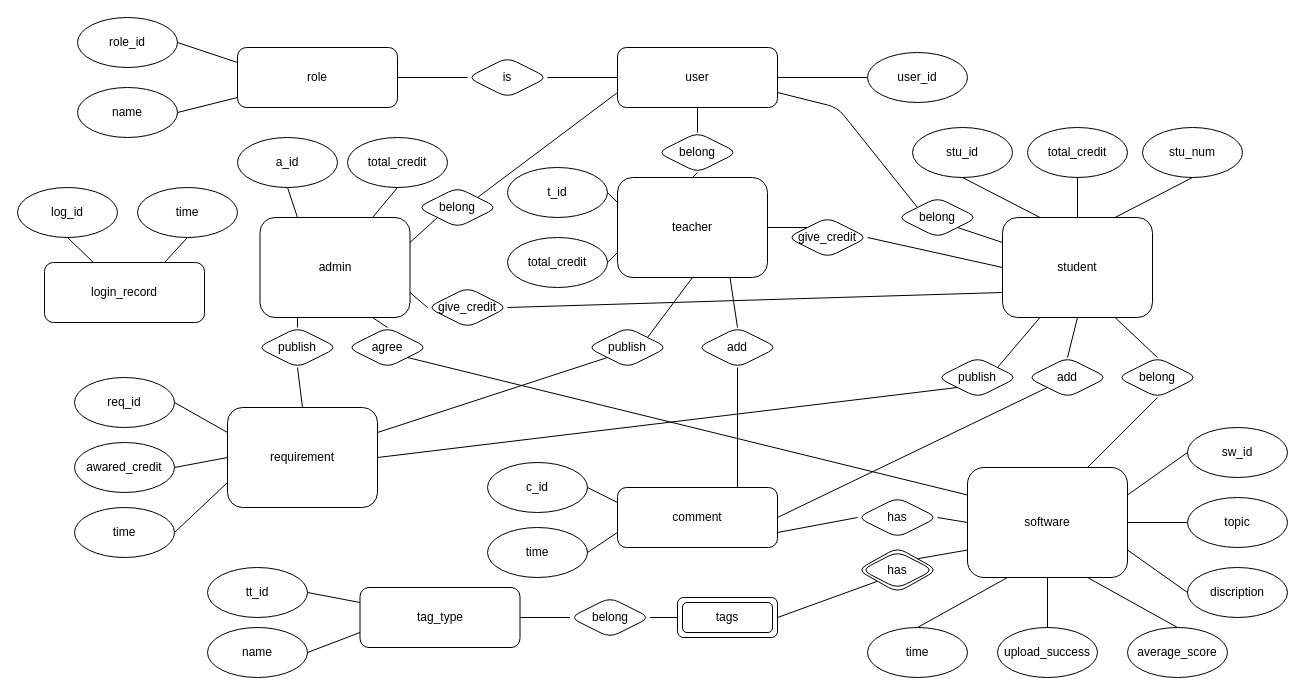
Before: ER_Model.drawio in Anna0131/Software-Collections, a draw.io diagram. Source tidied: cells renumbered, new cells numbered last; positions are measured from the earlier drawing's top-left corner, leaving out a move shared by most shapes. Both pictures are drawn from the tidied source at 100%, with x=0, y=0 at pixel (17, 17).
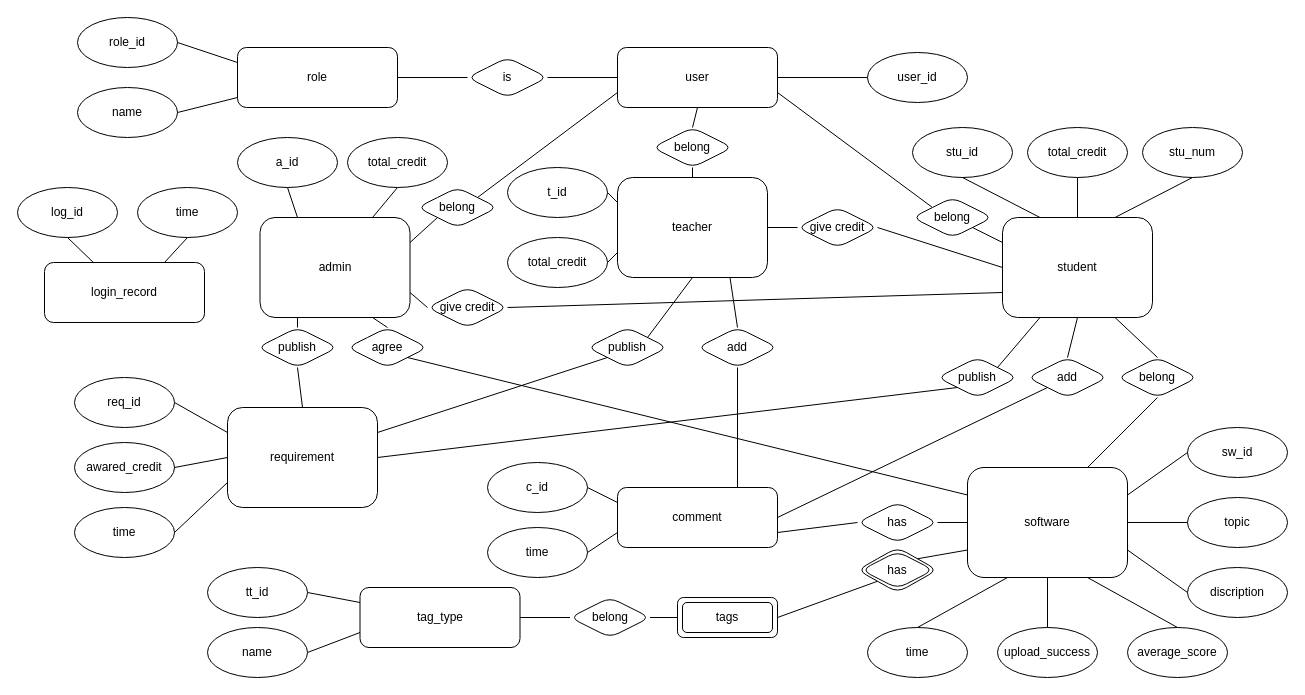
The same page after the edit.

The change refers to these unchanged cells:
```xml
<mxCell id="7" value="user" style="rounded=1;whiteSpace=wrap;html=1;" parent="1" vertex="1">
  <mxGeometry x="600" y="30" width="160" height="60" as="geometry" />
</mxCell>
<mxCell id="12" value="teacher" style="rounded=1;whiteSpace=wrap;html=1;" parent="1" vertex="1">
  <mxGeometry x="600" y="160" width="150" height="100" as="geometry" />
</mxCell>
```

The edit, as a diff of the source:
```diff
@@
     <mxCell id="55" style="endArrow=none;html=1;rounded=1;entryX=1;entryY=0.75;entryDx=0;entryDy=0;exitX=0;exitY=0;exitDx=0;exitDy=0;" parent="1" edge="1" source="56" target="7">
-      <mxGeometry relative="1" as="geometry">
-        <Array as="points">
-          <mxPoint x="820" y="90" />
-        </Array>
-      </mxGeometry>
+      <mxGeometry relative="1" as="geometry" />
     </mxCell>
     <mxCell id="56" value="belong" style="shape=rhombus;perimeter=rhombusPerimeter;whiteSpace=wrap;html=1;align=center;rounded=1;" parent="1" vertex="1">
-      <mxGeometry x="880" y="180" width="80" height="40" as="geometry" />
+      <mxGeometry x="895" y="180" width="80" height="40" as="geometry" />
     </mxCell>
@@
     <mxCell id="66" value="has" style="shape=rhombus;perimeter=rhombusPerimeter;whiteSpace=wrap;html=1;align=center;rounded=1;" parent="1" vertex="1">
-      <mxGeometry x="840" y="480" width="80" height="40" as="geometry" />
+      <mxGeometry x="840" y="485" width="80" height="40" as="geometry" />
     </mxCell>
@@
     <mxCell id="92" value="belong" style="shape=rhombus;perimeter=rhombusPerimeter;whiteSpace=wrap;html=1;align=center;rounded=1;" parent="1" vertex="1">
-      <mxGeometry x="640" y="115" width="80" height="40" as="geometry" />
+      <mxGeometry x="635" y="110" width="80" height="40" as="geometry" />
     </mxCell>
@@
-    <mxCell id="99" style="endArrow=none;html=1;rounded=1;exitX=0;exitY=0;exitDx=0;exitDy=0;entryX=1;entryY=0.5;entryDx=0;entryDy=0;" parent="1" edge="1" source="105" target="12">
+    <mxCell id="99" style="endArrow=none;html=1;rounded=1;exitX=0;exitY=0.5;exitDx=0;exitDy=0;entryX=1;entryY=0.5;entryDx=0;entryDy=0;" parent="1" edge="1" source="105" target="12">
       <mxGeometry relative="1" as="geometry" />
     </mxCell>
@@
-    <mxCell id="105" value="give_credit" style="shape=rhombus;perimeter=rhombusPerimeter;whiteSpace=wrap;html=1;align=center;rounded=1;" parent="1" vertex="1">
-      <mxGeometry x="770" y="200" width="80" height="40" as="geometry" />
+    <mxCell id="105" value="give credit" style="shape=rhombus;perimeter=rhombusPerimeter;whiteSpace=wrap;html=1;align=center;rounded=1;" parent="1" vertex="1">
+      <mxGeometry x="780" y="190" width="80" height="40" as="geometry" />
     </mxCell>
-    <mxCell id="106" value="give_credit" style="shape=rhombus;perimeter=rhombusPerimeter;whiteSpace=wrap;html=1;align=center;rounded=1;" parent="1" vertex="1">
+    <mxCell id="106" value="give credit" style="shape=rhombus;perimeter=rhombusPerimeter;whiteSpace=wrap;html=1;align=center;rounded=1;" parent="1" vertex="1">
       <mxGeometry x="410" y="270" width="80" height="40" as="geometry" />
     </mxCell>
```
